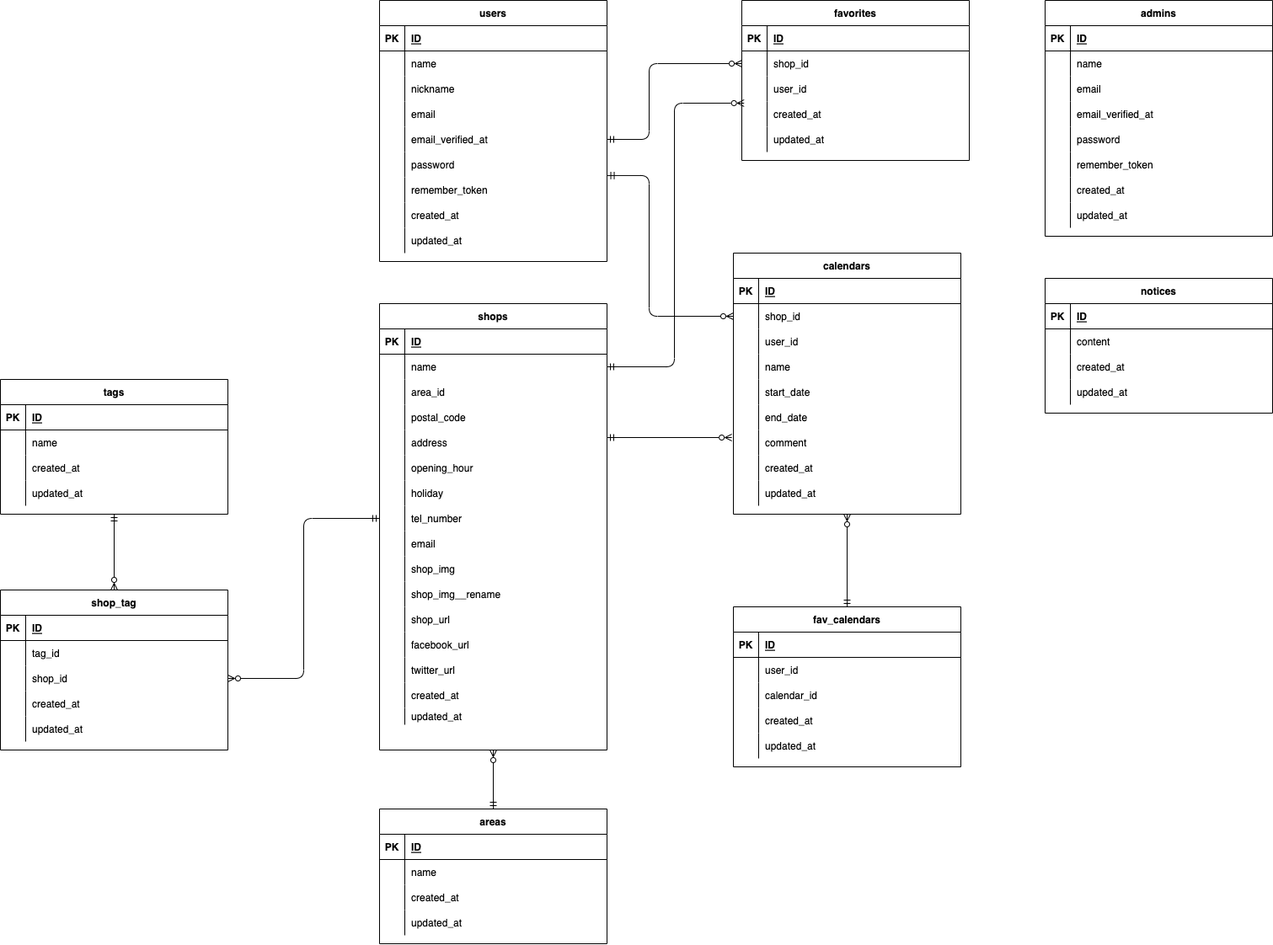
The draw.io diagram kitachoku.drawio.png in jing-bay/kitachoku2, before a commit. Source tidied: cells renumbered, new cells last; positions are measured from the earlier drawing's top-left corner, leaving out a move shared by most shapes.
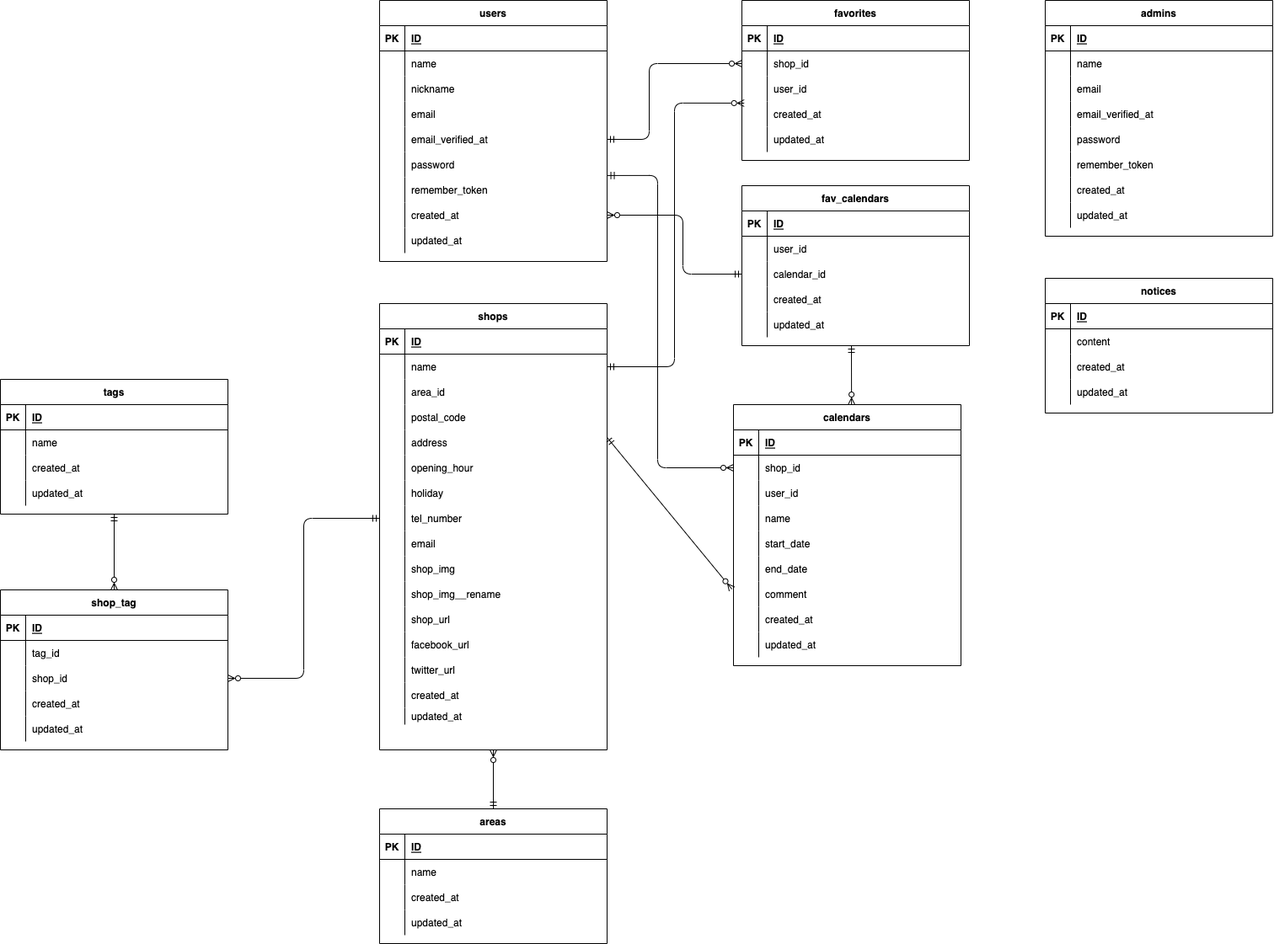
Later version of the same file.

Diff of the diagram source:
```diff
@@ -548,7 +548,7 @@
       <mxGeometry x="30" width="240" height="30" as="geometry" />
     </mxCell>
     <mxCell id="182" value="calendars" style="shape=table;startSize=30;rowLines=0;fontStyle=1;align=center;" parent="1" vertex="1">
-      <mxGeometry x="870" y="300" width="270" height="310" as="geometry" />
+      <mxGeometry x="870" y="480" width="270" height="310" as="geometry" />
     </mxCell>
     <mxCell id="183" style="shape=partialRectangle;fillColor=none;top=0;left=0;bottom=1;right=0;" parent="182" vertex="1">
       <mxGeometry y="30" width="270" height="30" as="geometry" />
@@ -634,8 +634,8 @@
     <mxCell id="210" style="edgeStyle=orthogonalEdgeStyle;html=1;exitX=1.002;exitY=-0.069;exitDx=0;exitDy=0;entryX=0;entryY=0.5;entryDx=0;entryDy=0;endArrow=ERzeroToMany;endFill=0;startArrow=ERmandOne;startFill=0;exitPerimeter=0;" parent="1" edge="1" source="21" target="186">
       <mxGeometry relative="1" as="geometry">
         <Array as="points">
-          <mxPoint x="770" y="208" />
-          <mxPoint x="770" y="375" />
+          <mxPoint x="780" y="208" />
+          <mxPoint x="780" y="555" />
         </Array>
       </mxGeometry>
     </mxCell>
@@ -645,7 +645,7 @@
       </mxGeometry>
     </mxCell>
     <mxCell id="212" value="fav_calendars" style="shape=table;startSize=30;rowLines=0;fontStyle=1;align=center;" parent="1" vertex="1">
-      <mxGeometry x="870" y="720" width="270" height="190" as="geometry" />
+      <mxGeometry x="880" y="220" width="270" height="190" as="geometry" />
     </mxCell>
     <mxCell id="213" style="shape=partialRectangle;fillColor=none;top=0;left=0;bottom=1;right=0;" parent="212" vertex="1">
       <mxGeometry y="30" width="270" height="30" as="geometry" />
@@ -692,10 +692,18 @@
     <mxCell id="227" value="updated_at" style="shape=partialRectangle;fillColor=none;top=0;left=0;bottom=0;right=0;align=left;spacingLeft=6;overflow=hidden;" parent="225" vertex="1">
       <mxGeometry x="30" width="240" height="30" as="geometry" />
     </mxCell>
-    <mxCell id="228" style="html=1;endArrow=ERzeroToMany;endFill=0;startArrow=ERmandOne;startFill=0;rounded=1;exitX=0.5;exitY=0;exitDx=0;exitDy=0;" parent="1" edge="1" source="212">
+    <mxCell id="228" style="html=1;endArrow=ERzeroToMany;endFill=0;startArrow=ERmandOne;startFill=0;rounded=1;entryX=0.519;entryY=0;entryDx=0;entryDy=0;entryPerimeter=0;" parent="1" edge="1" target="182">
       <mxGeometry relative="1" as="geometry">
-        <mxPoint x="1005" y="610" as="targetPoint" />
+        <mxPoint x="1010" y="410" as="sourcePoint" />
       </mxGeometry>
     </mxCell>
+    <mxCell id="229" style="html=1;endArrow=ERzeroToMany;endFill=0;startArrow=ERmandOne;startFill=0;entryX=1;entryY=0.5;entryDx=0;entryDy=0;exitX=0;exitY=0.5;exitDx=0;exitDy=0;rounded=1;edgeStyle=orthogonalEdgeStyle;" parent="1" edge="1" source="219" target="24">
+      <mxGeometry relative="1" as="geometry">
+        <Array as="points">
+          <mxPoint x="810" y="325" />
+          <mxPoint x="810" y="255" />
+        </Array>
+      </mxGeometry>
+    </mxCell>
   </root>
 </mxGraphModel>
```
